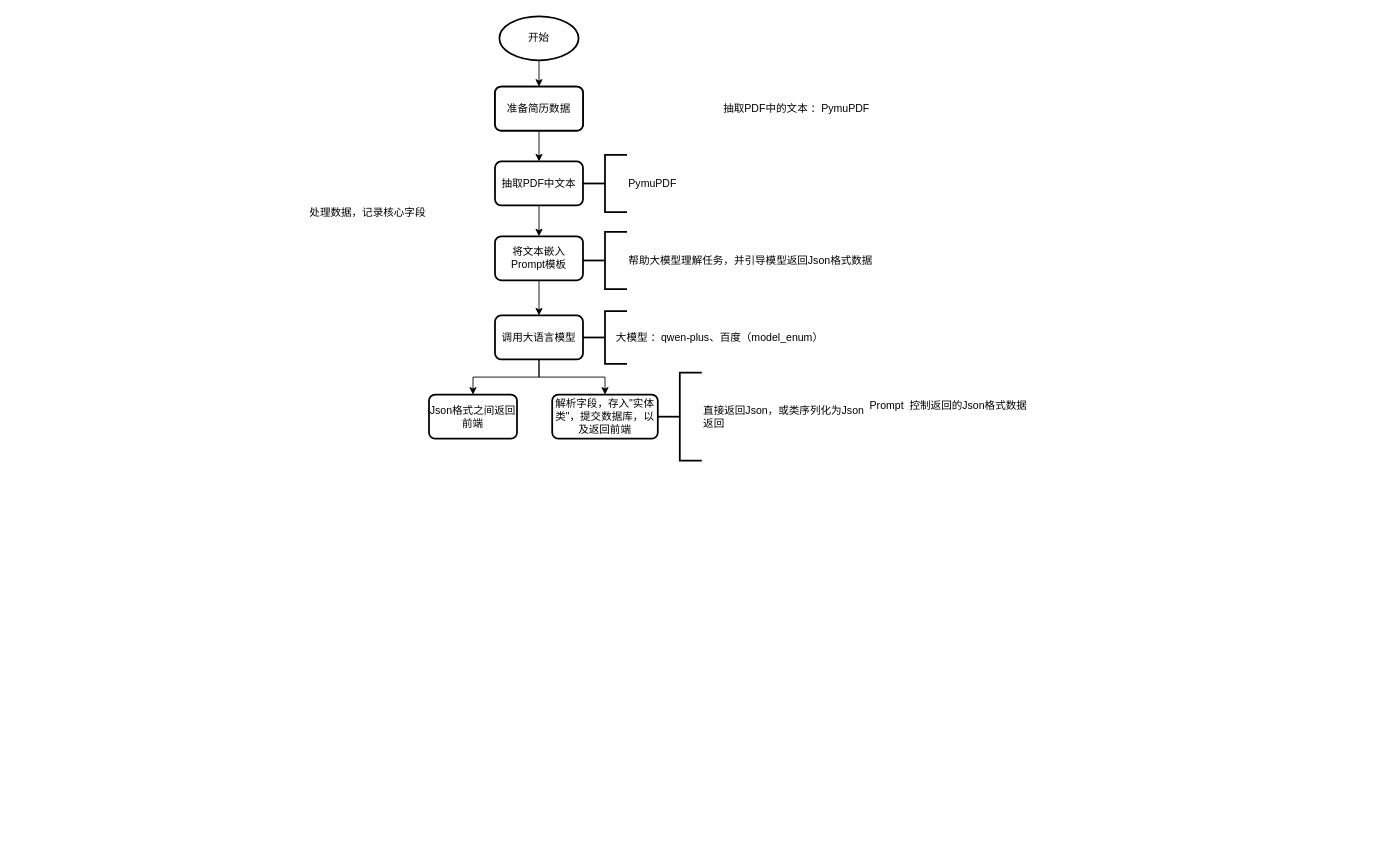
Above: works/seeker/项目规划与流程.drawio in White1943/drawio (draw.io), before the change. Source tidied: cells renumbered, new cells numbered last; positions are measured from the earlier drawing's top-left corner, leaving out a move shared by most shapes. Both pictures are drawn from the tidied source at 88%, with x=0, y=0 at pixel (297, 16).
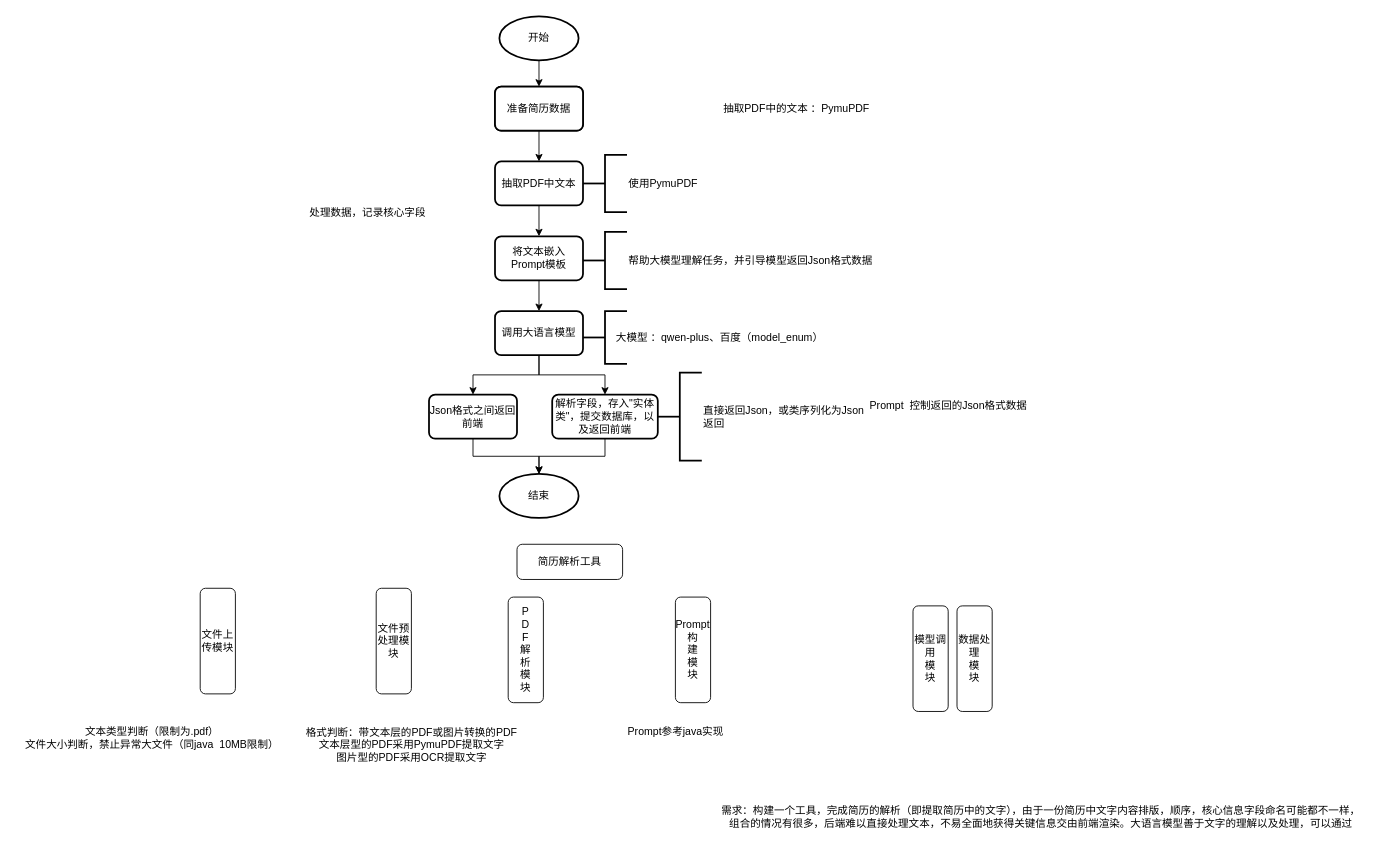
Above is the later version.

Commit message:
更新项目规划与流程.drawio

The change refers to these unchanged cells:
```xml
<mxCell id="21" value="Json格式之间返回前端" style="rounded=1;whiteSpace=wrap;html=1;absoluteArcSize=1;arcSize=14;strokeWidth=2;" parent="1" vertex="1">
  <mxGeometry x="150" y="430" width="100" height="50" as="geometry" />
</mxCell>
<mxCell id="22" value="解析字段，存入&quot;实体类&quot;，提交数据库，以及返回前端" style="rounded=1;whiteSpace=wrap;html=1;absoluteArcSize=1;arcSize=14;strokeWidth=2;" parent="1" vertex="1">
  <mxGeometry x="290" y="430" width="120" height="50" as="geometry" />
</mxCell>
```

The edit, as a diff of the source:
```diff
@@
     <mxCell id="16" value="调用大语言模型" style="rounded=1;whiteSpace=wrap;html=1;absoluteArcSize=1;arcSize=14;strokeWidth=2;" parent="1" vertex="1">
-      <mxGeometry x="225" y="340" width="100" height="50" as="geometry" />
+      <mxGeometry x="225" y="335" width="100" height="50" as="geometry" />
     </mxCell>
@@
-    <mxCell id="19" value="&lt;span style=&quot;text-align: center;&quot;&gt;PymuPDF&lt;/span&gt;" style="strokeWidth=2;html=1;shape=mxgraph.flowchart.annotation_2;align=left;labelPosition=right;" parent="1" vertex="1">
+    <mxCell id="19" value="&lt;span style=&quot;text-align: center;&quot;&gt;使用PymuPDF&lt;/span&gt;" style="strokeWidth=2;html=1;shape=mxgraph.flowchart.annotation_2;align=left;labelPosition=right;" parent="1" vertex="1">
       <mxGeometry x="325" y="157.5" width="50" height="65" as="geometry" />
     </mxCell>
@@
+    <mxCell id="24" style="edgeStyle=orthogonalEdgeStyle;rounded=0;jettySize=auto;html=1;exitX=0.5;exitY=1;exitDx=0;exitDy=0;" parent="1" edge="1" source="21" target="37">
+      <mxGeometry relative="1" as="geometry" />
+    </mxCell>
@@
+    <mxCell id="25" style="edgeStyle=orthogonalEdgeStyle;rounded=0;jettySize=auto;html=1;exitX=0.5;exitY=1;exitDx=0;exitDy=0;" parent="1" edge="1" source="22" target="37">
+      <mxGeometry relative="1" as="geometry" />
+    </mxCell>
@@
+    <mxCell id="26" value="简历解析工具" style="rounded=1;whiteSpace=wrap;html=1;" parent="1" vertex="1">
+      <mxGeometry x="250" y="600" width="120" height="40" as="geometry" />
+    </mxCell>
+    <mxCell id="27" value="文件预处理模块" style="rounded=1;whiteSpace=wrap;html=1;align=center;labelPosition=center;verticalLabelPosition=middle;verticalAlign=middle;" parent="1" vertex="1">
+      <mxGeometry x="90" y="650" width="40" height="120" as="geometry" />
+    </mxCell>
+    <mxCell id="28" value="P&lt;div&gt;D&lt;/div&gt;&lt;div&gt;F&lt;/div&gt;&lt;div&gt;解&lt;/div&gt;&lt;div&gt;析&lt;/div&gt;&lt;div&gt;模&lt;/div&gt;&lt;div&gt;&lt;span style=&quot;background-color: transparent; color: light-dark(rgb(0, 0, 0), rgb(255, 255, 255));&quot;&gt;块&lt;/span&gt;&lt;/div&gt;" style="rounded=1;whiteSpace=wrap;html=1;align=center;labelPosition=center;verticalLabelPosition=middle;verticalAlign=middle;" parent="1" vertex="1">
+      <mxGeometry x="240" y="660" width="40" height="120" as="geometry" />
+    </mxCell>
+    <mxCell id="29" value="Prompt构&lt;div&gt;建&lt;br&gt;&lt;div&gt;模&lt;/div&gt;&lt;div&gt;&lt;span style=&quot;background-color: transparent; color: light-dark(rgb(0, 0, 0), rgb(255, 255, 255));&quot;&gt;块&lt;/span&gt;&lt;/div&gt;&lt;/div&gt;" style="rounded=1;whiteSpace=wrap;html=1;align=center;labelPosition=center;verticalLabelPosition=middle;verticalAlign=middle;" parent="1" vertex="1">
+      <mxGeometry x="430" y="660" width="40" height="120" as="geometry" />
+    </mxCell>
+    <mxCell id="30" value="模型调用&lt;div&gt;&lt;div&gt;模&lt;/div&gt;&lt;div&gt;&lt;span style=&quot;background-color: transparent; color: light-dark(rgb(0, 0, 0), rgb(255, 255, 255));&quot;&gt;块&lt;/span&gt;&lt;/div&gt;&lt;/div&gt;" style="rounded=1;whiteSpace=wrap;html=1;align=center;labelPosition=center;verticalLabelPosition=middle;verticalAlign=middle;" parent="1" vertex="1">
+      <mxGeometry x="700" y="670" width="40" height="120" as="geometry" />
+    </mxCell>
+    <mxCell id="31" value="数据处理&lt;br&gt;&lt;div&gt;&lt;div&gt;模&lt;/div&gt;&lt;div&gt;&lt;span style=&quot;background-color: transparent; color: light-dark(rgb(0, 0, 0), rgb(255, 255, 255));&quot;&gt;块&lt;/span&gt;&lt;/div&gt;&lt;/div&gt;" style="rounded=1;whiteSpace=wrap;html=1;align=center;labelPosition=center;verticalLabelPosition=middle;verticalAlign=middle;" parent="1" vertex="1">
+      <mxGeometry x="750" y="670" width="40" height="120" as="geometry" />
+    </mxCell>
+    <mxCell id="32" value="需求：构建一个工具，完成简历的解析（即提取简历中的文字），由于一份简历中文字内容排版，顺序，核心信息字段命名可能都不一样，&lt;div&gt;组合的情况有很多，后端难以直接处理文本，不易全面地获得关键信息交由前端渲染。大语言模型善于文字的理解以及处理，可以通过&lt;/div&gt;" style="text;html=1;align=center;verticalAlign=middle;strokeColor=none;fillColor=none;" parent="1" vertex="1">
+      <mxGeometry x="470" y="890" width="750" height="40" as="geometry" />
+    </mxCell>
+    <mxCell id="33" value="文件上传模块" style="rounded=1;whiteSpace=wrap;html=1;align=center;labelPosition=center;verticalLabelPosition=middle;verticalAlign=middle;" parent="1" vertex="1">
+      <mxGeometry x="-110" y="650" width="40" height="120" as="geometry" />
+    </mxCell>
+    <mxCell id="34" value="文本类型判断（限制为.pdf）&lt;br&gt;&lt;div&gt;文件大小判断，禁止异常大文件（同java&amp;nbsp;&amp;nbsp;&lt;span style=&quot;background-color: transparent; color: light-dark(rgb(0, 0, 0), rgb(255, 255, 255));&quot;&gt;10MB限制&lt;/span&gt;&lt;span style=&quot;background-color: transparent; color: light-dark(rgb(0, 0, 0), rgb(255, 255, 255));&quot;&gt;）&lt;/span&gt;&lt;/div&gt;" style="text;html=1;align=center;verticalAlign=middle;strokeColor=none;fillColor=none;" parent="1" vertex="1">
+      <mxGeometry x="-320" y="800" width="310" height="40" as="geometry" />
+    </mxCell>
+    <mxCell id="35" value="&lt;div&gt;格式判断：带文本层的PDF或图片转换的PDF&lt;/div&gt;&lt;div&gt;文本层型的PDF采用PymuPDF提取文字&lt;/div&gt;图片型的PDF采用OCR提取文字&lt;div&gt;&lt;br&gt;&lt;/div&gt;" style="text;html=1;align=center;verticalAlign=middle;strokeColor=none;fillColor=none;" parent="1" vertex="1">
+      <mxGeometry y="800" width="260" height="70" as="geometry" />
+    </mxCell>
+    <mxCell id="36" value="Prompt参考java实现" style="text;html=1;align=center;verticalAlign=middle;strokeColor=none;fillColor=none;" parent="1" vertex="1">
+      <mxGeometry x="365" y="798" width="130" height="30" as="geometry" />
+    </mxCell>
+    <mxCell id="37" value="结束" style="strokeWidth=2;html=1;shape=mxgraph.flowchart.start_1;whiteSpace=wrap;" parent="1" vertex="1">
+      <mxGeometry x="230" y="520" width="90" height="50" as="geometry" />
+    </mxCell>
```
